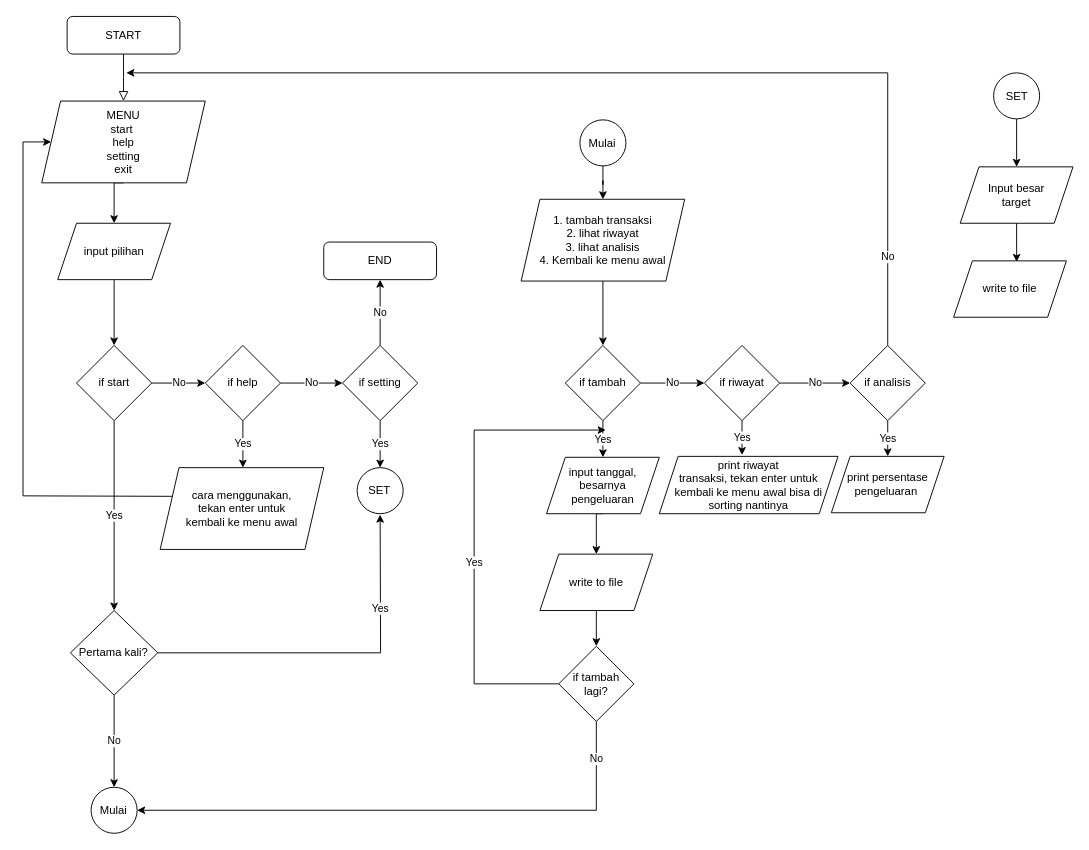
The draw.io diagram Final Project.drawio in Fulkyhariz/Simple-Financial-Organizer-final-project, before the edit. Source tidied: cells renumbered, new cells numbered last; positions are measured from the earlier drawing's top-left corner, leaving out a move shared by most shapes. Both pictures are drawn from the tidied source at 94%, with x=0, y=0 at pixel (23, 16).
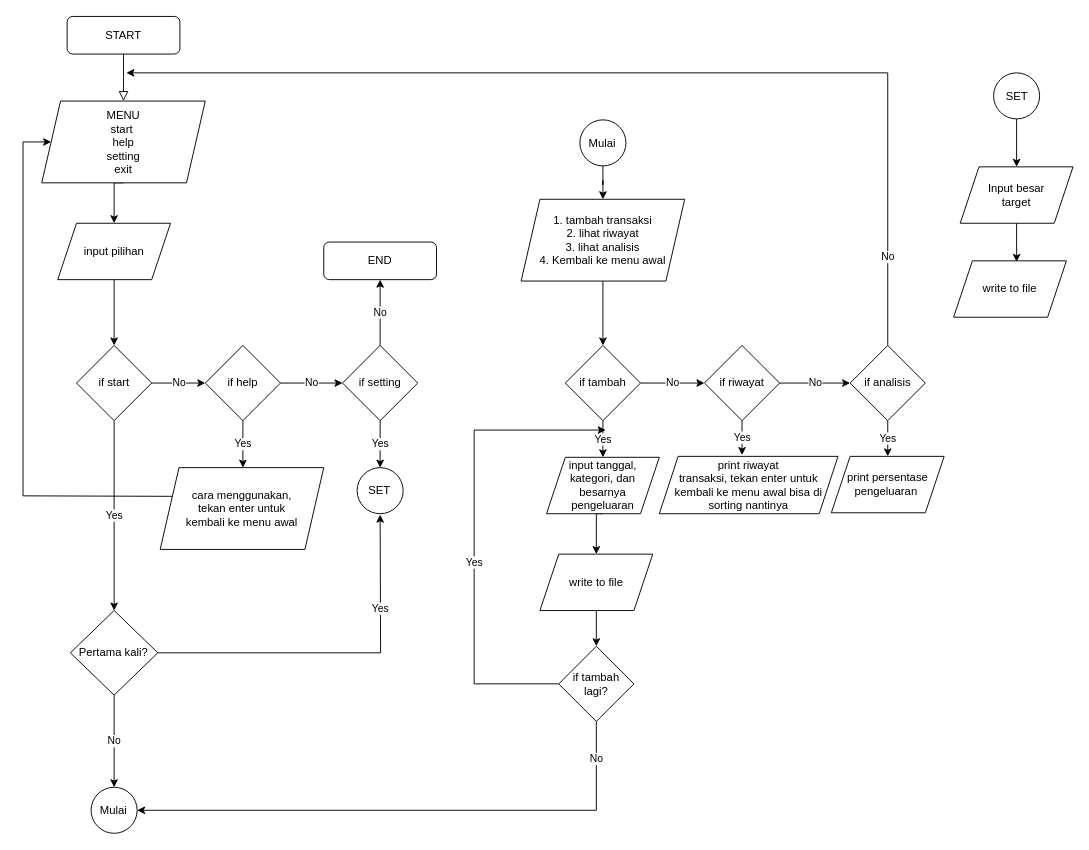
The same page after the edit.

Commit message:
update terakhir tapi baru dasarnya doang.drawio

The edit, as a diff of the source:
```diff
@@
-    <mxCell id="38" value="input tanggal, besarnya pengeluaran" style="shape=parallelogram;perimeter=parallelogramPerimeter;whiteSpace=wrap;html=1;fixedSize=1;" parent="1" vertex="1">
+    <mxCell id="38" value="input tanggal, kategori, dan besarnya pengeluaran" style="shape=parallelogram;perimeter=parallelogramPerimeter;whiteSpace=wrap;html=1;fixedSize=1;" parent="1" vertex="1">
       <mxGeometry x="556.9" y="469" width="120" height="60" as="geometry" />
     </mxCell>
```
